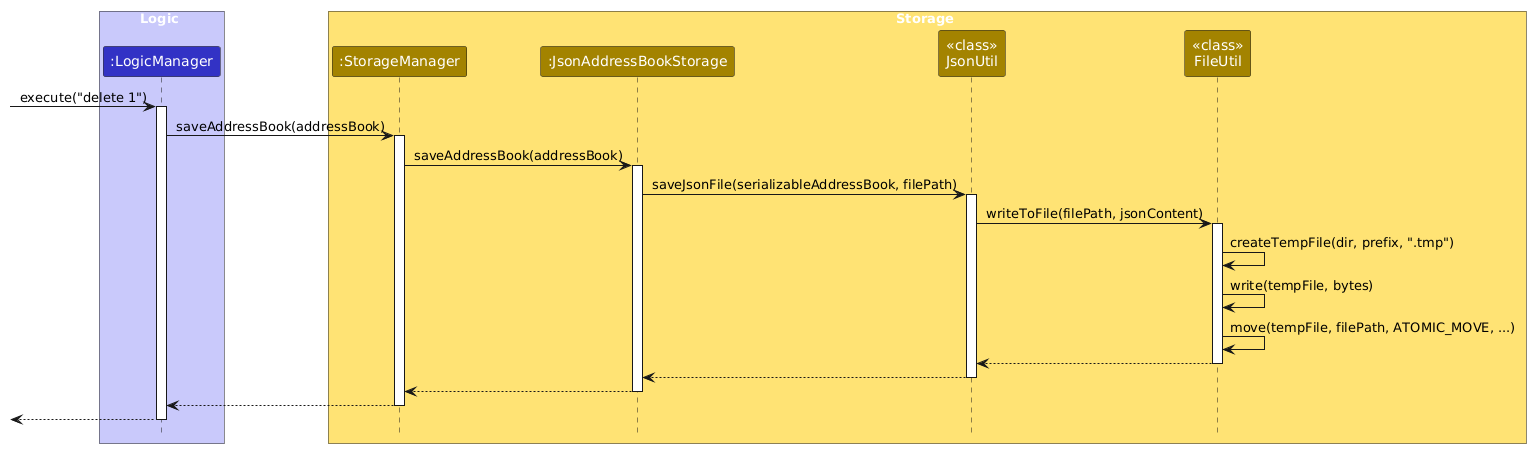
AY2627S1-CS2103T-F11-1/tp keeps this PlantUML diagram as docs/images/AtomicWriteSequenceDiagram.png. Above is the earlier version.
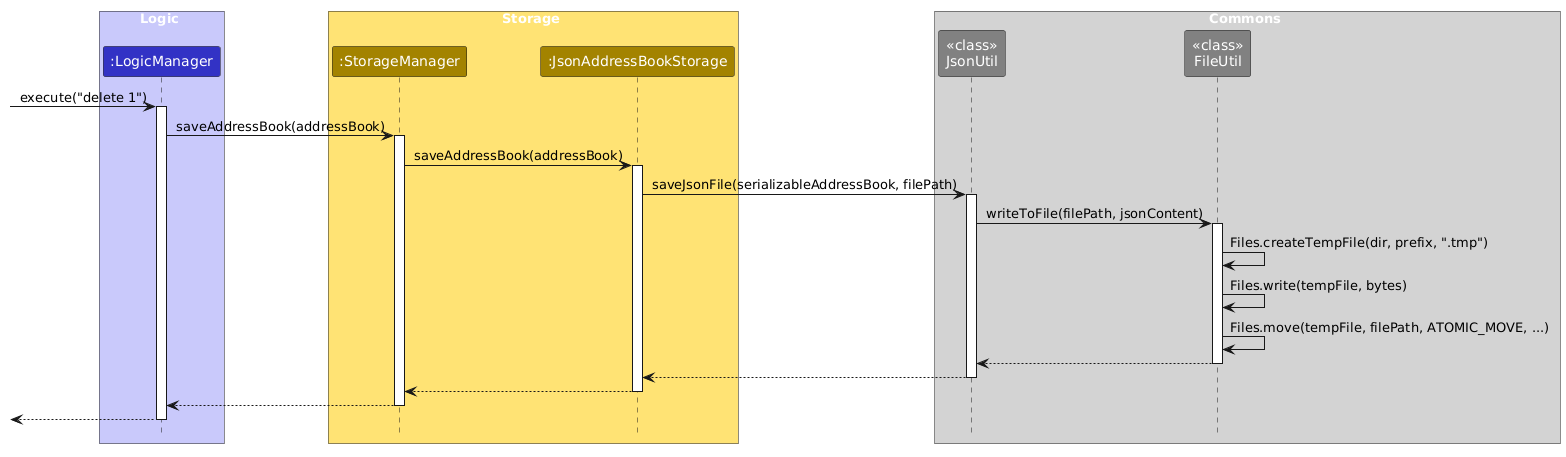
After the change.

Commit message:
Refine Commons boundary and method labels in storage sequence diagrams

Change to the diagram source:
```diff
@@ -81,8 +81,11 @@
 box Storage STORAGE_COLOR_T1
 participant ":StorageManager" as StorageManager STORAGE_COLOR
 participant ":JsonAddressBookStorage" as JsonAddressBookStorage STORAGE_COLOR
-participant "<<class>>\nJsonUtil" as JsonUtil STORAGE_COLOR
-participant "<<class>>\nFileUtil" as FileUtil STORAGE_COLOR
+end box
+
+box Commons #lightgrey
+participant "<<class>>\nJsonUtil" as JsonUtil #grey
+participant "<<class>>\nFileUtil" as FileUtil #grey
 end box
 
 [-> LogicManager : execute("delete 1")
@@ -100,9 +103,9 @@
 JsonUtil -> FileUtil : writeToFile(filePath, jsonContent)
 activate FileUtil
 
-FileUtil -> FileUtil : createTempFile(dir, prefix, ".tmp")
-FileUtil -> FileUtil : write(tempFile, bytes)
-FileUtil -> FileUtil : move(tempFile, filePath, ATOMIC_MOVE, ...)
+FileUtil -> FileUtil : Files.createTempFile(dir, prefix, ".tmp")
+FileUtil -> FileUtil : Files.write(tempFile, bytes)
+FileUtil -> FileUtil : Files.move(tempFile, filePath, ATOMIC_MOVE, ...)
 
 FileUtil --> JsonUtil
 deactivate FileUtil
```
